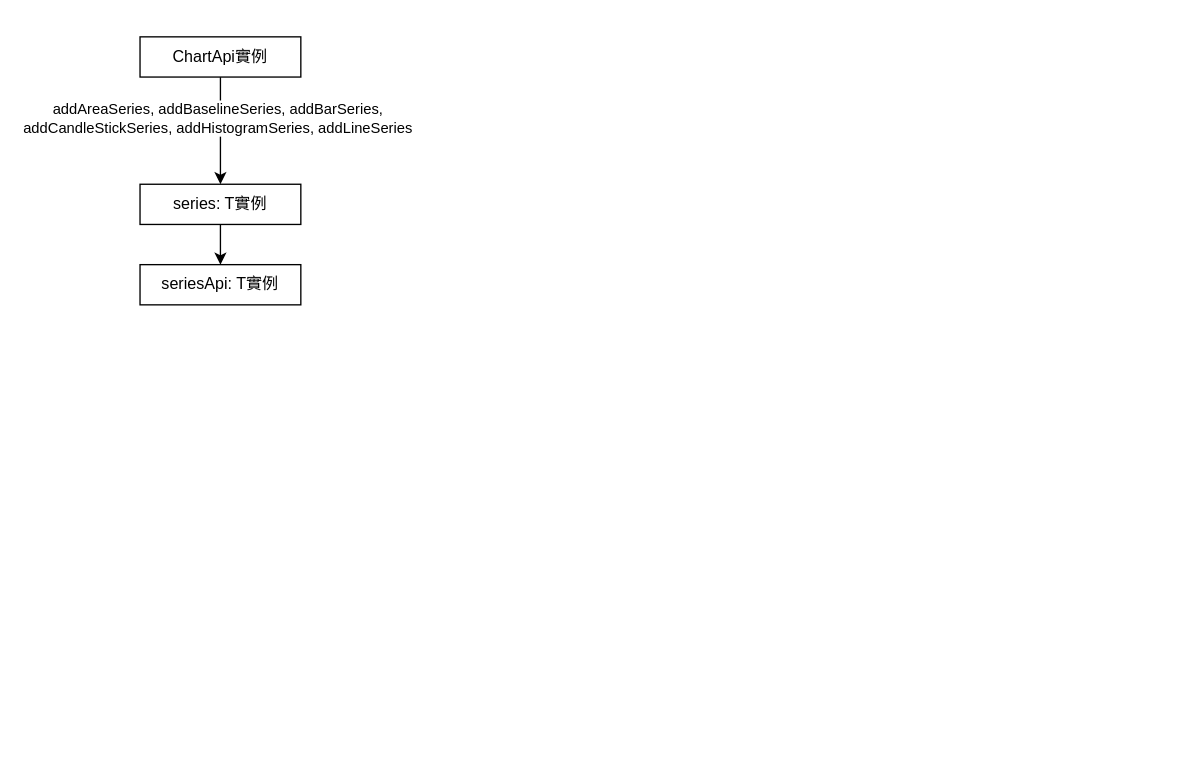
Earlier version of the draw.io diagram page "addSeries call" (4 of 4) of src/chart-api_relationship.drawio (chenhh/lightweight-charts). Source tidied: cells renumbered, new cells numbered last; positions are measured from the earlier drawing's top-left corner, leaving out a move shared by most shapes. Both pictures are drawn from the tidied source at 134%, with x=0, y=0 at pixel (139, 36).
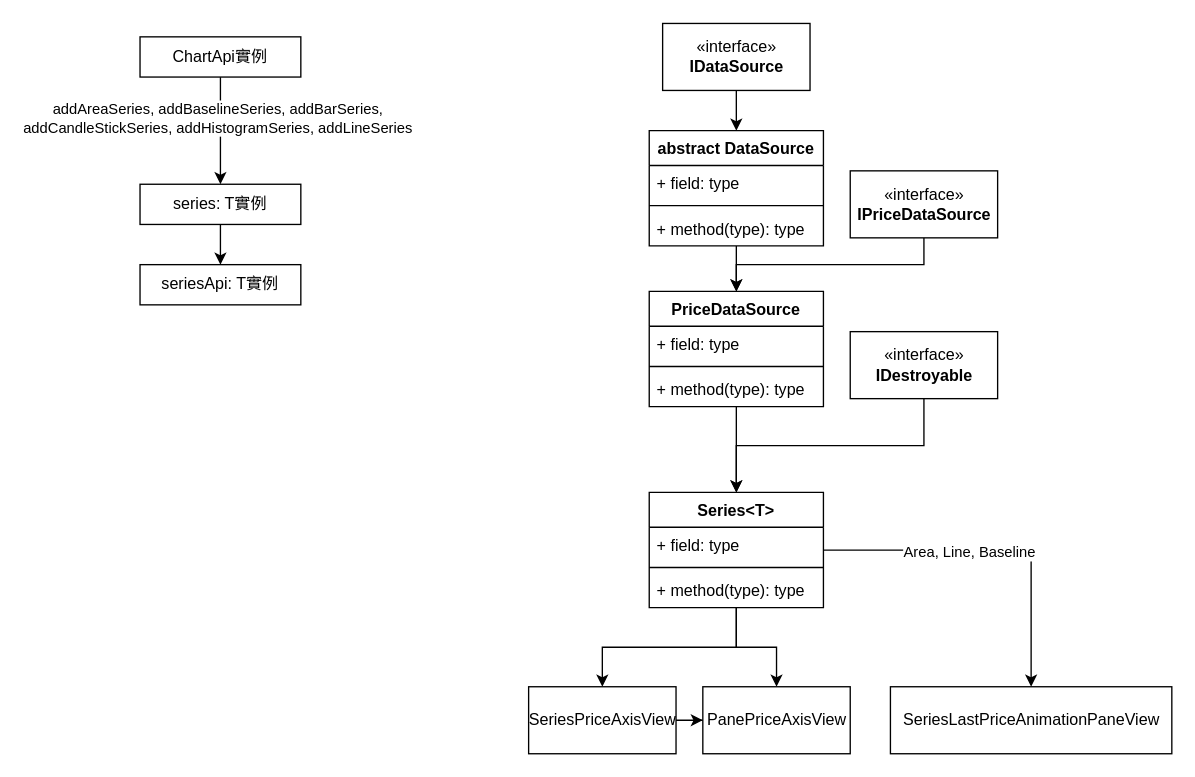
The same page after the edit.

Commit message (it also covers changes not shown here):
add chart-api comments

Change to the diagram source:
```diff
@@
+    <mxCell id="9" style="edgeStyle=orthogonalEdgeStyle;rounded=0;jettySize=auto;html=1;exitX=0.5;exitY=1;exitDx=0;exitDy=0;entryX=0.5;entryY=0;entryDx=0;entryDy=0;" parent="1" edge="1" source="10" target="12">
+      <mxGeometry relative="1" as="geometry" />
+    </mxCell>
+    <mxCell id="10" value="«interface»&lt;br&gt;&lt;b&gt;IDataSource&lt;/b&gt;" style="html=1;" parent="1" vertex="1">
+      <mxGeometry x="390" y="-10" width="110" height="50" as="geometry" />
+    </mxCell>
+    <mxCell id="11" style="edgeStyle=orthogonalEdgeStyle;rounded=0;jettySize=auto;html=1;" parent="1" edge="1" source="12" target="17">
+      <mxGeometry relative="1" as="geometry" />
+    </mxCell>
+    <mxCell id="12" value="abstract DataSource" style="swimlane;fontStyle=1;align=center;verticalAlign=top;horizontal=1;startSize=26;" parent="1" vertex="1">
+      <mxGeometry x="380" y="70" width="130" height="86" as="geometry" />
+    </mxCell>
+    <mxCell id="13" value="+ field: type" style="text;strokeColor=none;fillColor=none;align=left;verticalAlign=top;spacingLeft=4;spacingRight=4;overflow=hidden;" parent="12" vertex="1">
+      <mxGeometry y="26" width="130" height="26" as="geometry" />
+    </mxCell>
+    <mxCell id="14" style="line;strokeWidth=1;fillColor=none;align=left;verticalAlign=middle;spacingTop=-1;spacingLeft=3;spacingRight=3;labelPosition=right;" parent="12" vertex="1">
+      <mxGeometry y="52" width="130" height="8" as="geometry" />
+    </mxCell>
+    <mxCell id="15" value="+ method(type): type" style="text;strokeColor=none;fillColor=none;align=left;verticalAlign=top;spacingLeft=4;spacingRight=4;overflow=hidden;" parent="12" vertex="1">
+      <mxGeometry y="60" width="130" height="26" as="geometry" />
+    </mxCell>
+    <mxCell id="16" style="edgeStyle=orthogonalEdgeStyle;rounded=0;jettySize=auto;html=1;entryX=0.5;entryY=0;entryDx=0;entryDy=0;" parent="1" edge="1" source="17" target="27">
+      <mxGeometry relative="1" as="geometry" />
+    </mxCell>
+    <mxCell id="17" value="PriceDataSource" style="swimlane;fontStyle=1;align=center;verticalAlign=top;horizontal=1;startSize=26;" parent="1" vertex="1">
+      <mxGeometry x="380" y="190" width="130" height="86" as="geometry" />
+    </mxCell>
+    <mxCell id="18" value="+ field: type" style="text;strokeColor=none;fillColor=none;align=left;verticalAlign=top;spacingLeft=4;spacingRight=4;overflow=hidden;" parent="17" vertex="1">
+      <mxGeometry y="26" width="130" height="26" as="geometry" />
+    </mxCell>
+    <mxCell id="19" style="line;strokeWidth=1;fillColor=none;align=left;verticalAlign=middle;spacingTop=-1;spacingLeft=3;spacingRight=3;labelPosition=right;" parent="17" vertex="1">
+      <mxGeometry y="52" width="130" height="8" as="geometry" />
+    </mxCell>
+    <mxCell id="20" value="+ method(type): type" style="text;strokeColor=none;fillColor=none;align=left;verticalAlign=top;spacingLeft=4;spacingRight=4;overflow=hidden;" parent="17" vertex="1">
+      <mxGeometry y="60" width="130" height="26" as="geometry" />
+    </mxCell>
+    <mxCell id="21" style="edgeStyle=orthogonalEdgeStyle;rounded=0;jettySize=auto;html=1;exitX=0.5;exitY=1;exitDx=0;exitDy=0;entryX=0.5;entryY=0;entryDx=0;entryDy=0;" parent="1" edge="1" source="22" target="17">
+      <mxGeometry relative="1" as="geometry" />
+    </mxCell>
+    <mxCell id="22" value="«interface»&lt;br&gt;&lt;b&gt;IPriceDataSource&lt;/b&gt;" style="html=1;" parent="1" vertex="1">
+      <mxGeometry x="530" y="100" width="110" height="50" as="geometry" />
+    </mxCell>
+    <mxCell id="23" style="edgeStyle=orthogonalEdgeStyle;rounded=0;jettySize=auto;html=1;entryX=0.5;entryY=0;entryDx=0;entryDy=0;" parent="1" edge="1" source="27" target="34">
+      <mxGeometry relative="1" as="geometry" />
+    </mxCell>
+    <mxCell id="24" style="edgeStyle=orthogonalEdgeStyle;rounded=0;jettySize=auto;html=1;" parent="1" edge="1" source="27" target="35">
+      <mxGeometry relative="1" as="geometry" />
+    </mxCell>
+    <mxCell id="25" style="edgeStyle=orthogonalEdgeStyle;rounded=0;jettySize=auto;html=1;" parent="1" edge="1" source="27" target="36">
+      <mxGeometry relative="1" as="geometry" />
+    </mxCell>
+    <mxCell id="26" value="Area, Line, Baseline" style="edgeLabel;html=1;align=center;verticalAlign=middle;" parent="25" vertex="1">
+      <mxGeometry x="-0.16" y="-1" relative="1" as="geometry" />
+    </mxCell>
+    <mxCell id="27" value="Series&lt;T&gt;" style="swimlane;fontStyle=1;align=center;verticalAlign=top;horizontal=1;startSize=26;" parent="1" vertex="1">
+      <mxGeometry x="380" y="340" width="130" height="86" as="geometry" />
+    </mxCell>
+    <mxCell id="28" value="+ field: type" style="text;strokeColor=none;fillColor=none;align=left;verticalAlign=top;spacingLeft=4;spacingRight=4;overflow=hidden;" parent="27" vertex="1">
+      <mxGeometry y="26" width="130" height="26" as="geometry" />
+    </mxCell>
+    <mxCell id="29" style="line;strokeWidth=1;fillColor=none;align=left;verticalAlign=middle;spacingTop=-1;spacingLeft=3;spacingRight=3;labelPosition=right;" parent="27" vertex="1">
+      <mxGeometry y="52" width="130" height="8" as="geometry" />
+    </mxCell>
+    <mxCell id="30" value="+ method(type): type" style="text;strokeColor=none;fillColor=none;align=left;verticalAlign=top;spacingLeft=4;spacingRight=4;overflow=hidden;" parent="27" vertex="1">
+      <mxGeometry y="60" width="130" height="26" as="geometry" />
+    </mxCell>
+    <mxCell id="31" style="edgeStyle=orthogonalEdgeStyle;rounded=0;jettySize=auto;html=1;exitX=0.5;exitY=1;exitDx=0;exitDy=0;entryX=0.5;entryY=0;entryDx=0;entryDy=0;" parent="1" edge="1" source="32" target="27">
+      <mxGeometry relative="1" as="geometry" />
+    </mxCell>
+    <mxCell id="32" value="«interface»&lt;br&gt;&lt;b&gt;IDestroyable&lt;/b&gt;" style="html=1;" parent="1" vertex="1">
+      <mxGeometry x="530" y="220" width="110" height="50" as="geometry" />
+    </mxCell>
+    <mxCell id="33" style="edgeStyle=orthogonalEdgeStyle;rounded=0;jettySize=auto;html=1;exitX=1;exitY=0.5;exitDx=0;exitDy=0;" parent="1" edge="1" source="34" target="35">
+      <mxGeometry relative="1" as="geometry" />
+    </mxCell>
+    <mxCell id="34" value="SeriesPriceAxisView" style="html=1;" parent="1" vertex="1">
+      <mxGeometry x="290" y="485" width="110" height="50" as="geometry" />
+    </mxCell>
+    <mxCell id="35" value="PanePriceAxisView" style="html=1;" parent="1" vertex="1">
+      <mxGeometry x="420" y="485" width="110" height="50" as="geometry" />
+    </mxCell>
+    <mxCell id="36" value="SeriesLastPriceAnimationPaneView" style="html=1;" parent="1" vertex="1">
+      <mxGeometry x="560" y="485" width="210" height="50" as="geometry" />
+    </mxCell>
```
